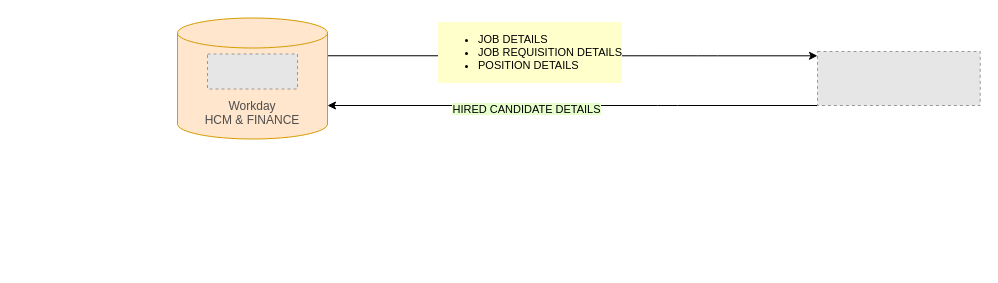
Above: ASHBY Recruiting Integration.drawio in sandyaroma/sandyaroma (draw.io), before the change. Source tidied: cells renumbered, new cells numbered last; positions are measured from the earlier drawing's top-left corner, leaving out a move shared by most shapes. Both pictures are drawn from the tidied source at 100%, with x=0, y=0 at pixel (177, 17). Pictures stored in the file or linked from it are replaced by grey dashed boxes.
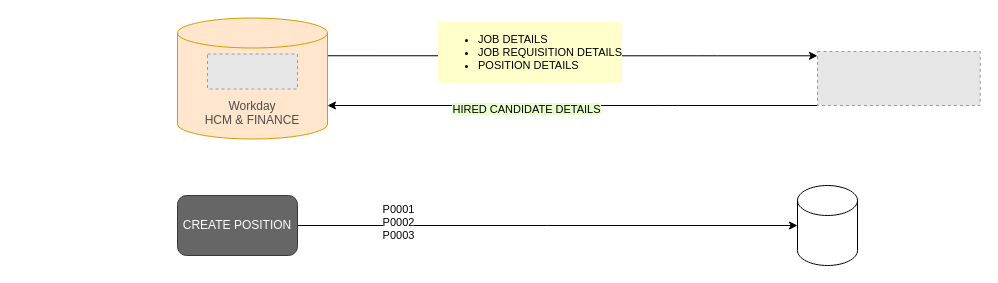
The same diagram, later.

The edit, as a diff of the source:
```diff
@@
 <mxGraphModel>
   <root>
     <mxCell id="0" />
     <mxCell id="1" parent="0" />
     <mxCell id="2" style="edgeStyle=orthogonalEdgeStyle;rounded=1;jettySize=auto;html=1;exitX=1;exitY=0;exitDx=0;exitDy=37.75;exitPerimeter=0;curved=0;" parent="1" edge="1" source="4" target="8">
       <mxGeometry relative="1" as="geometry">
         <Array as="points">
           <mxPoint x="530" y="38" />
           <mxPoint x="530" y="38" />
         </Array>
       </mxGeometry>
     </mxCell>
     <mxCell id="3" value="&lt;ul&gt;&lt;li&gt;JOB DETAILS&lt;/li&gt;&lt;li&gt;JOB REQUISITION DETAILS&lt;/li&gt;&lt;li&gt;POSITION DETAILS&lt;/li&gt;&lt;/ul&gt;" style="edgeLabel;html=1;align=left;verticalAlign=middle;labelBackgroundColor=#FFFFCC;" parent="2" vertex="1">
       <mxGeometry x="-0.53" y="1" relative="1" as="geometry">
         <mxPoint x="-6" y="-3" as="offset" />
       </mxGeometry>
     </mxCell>
     <mxCell id="4" value="&lt;div&gt;&lt;font color=&quot;#4d4d4d&quot;&gt;&lt;br&gt;&lt;/font&gt;&lt;/div&gt;&lt;div&gt;&lt;font color=&quot;#4d4d4d&quot;&gt;&lt;br&gt;&lt;/font&gt;&lt;/div&gt;&lt;font color=&quot;#4d4d4d&quot;&gt;&lt;div&gt;&lt;font color=&quot;#4d4d4d&quot;&gt;&lt;br&gt;&lt;/font&gt;&lt;/div&gt;Workday&lt;/font&gt;&lt;div&gt;&lt;font color=&quot;#4d4d4d&quot;&gt;HCM &amp;amp; FINANCE&lt;/font&gt;&lt;/div&gt;" style="shape=cylinder3;whiteSpace=wrap;html=1;boundedLbl=1;backgroundOutline=1;size=15;fillColor=#ffe6cc;strokeColor=#d79b00;" parent="1" vertex="1">
       <mxGeometry y="0.5" width="150" height="121" as="geometry" />
     </mxCell>
     <mxCell id="5" style="fillColor=#E6E6E6;strokeColor=#999999;dashed=1;verticalLabelPosition=bottom;labelBackgroundColor=default;verticalAlign=top;" parent="1" vertex="1">
       <mxGeometry x="30" y="36.5" width="90" height="35" as="geometry" />
     </mxCell>
     <mxCell id="6" style="edgeStyle=orthogonalEdgeStyle;rounded=1;jettySize=auto;html=1;exitX=0;exitY=1;exitDx=0;exitDy=0;curved=0;" parent="1" edge="1" source="8" target="4">
       <mxGeometry relative="1" as="geometry">
         <Array as="points">
           <mxPoint x="490" y="88" />
           <mxPoint x="490" y="88" />
         </Array>
       </mxGeometry>
     </mxCell>
     <mxCell id="7" value="&lt;span style=&quot;background-color: rgb(230, 255, 204);&quot;&gt;HIRED CANDIDATE DETAILS&lt;/span&gt;" style="edgeLabel;html=1;align=center;verticalAlign=middle;" parent="6" vertex="1">
       <mxGeometry x="0.19" y="3" relative="1" as="geometry" />
     </mxCell>
     <mxCell id="8" style="fillColor=#E6E6E6;strokeColor=#999999;dashed=1;verticalLabelPosition=bottom;labelBackgroundColor=default;verticalAlign=top;" parent="1" vertex="1">
       <mxGeometry x="640" y="34" width="162.7" height="54" as="geometry" />
     </mxCell>
+    <mxCell id="9" style="shape=cylinder3;whiteSpace=wrap;html=1;boundedLbl=1;backgroundOutline=1;size=15;strokeColor=none;" parent="1" vertex="1">
+      <mxGeometry x="-160" y="42" width="60" height="80" as="geometry" />
+    </mxCell>
+    <mxCell id="10" style="edgeStyle=orthogonalEdgeStyle;rounded=0;jettySize=auto;html=1;" parent="1" edge="1" source="12">
+      <mxGeometry relative="1" as="geometry">
+        <mxPoint x="620" y="208" as="targetPoint" />
+      </mxGeometry>
+    </mxCell>
+    <mxCell id="11" value="P0001&lt;div&gt;P0002&lt;/div&gt;&lt;div&gt;P0003&lt;/div&gt;" style="edgeLabel;html=1;align=center;verticalAlign=middle;" parent="10" vertex="1">
+      <mxGeometry x="-0.6" y="4" relative="1" as="geometry" />
+    </mxCell>
+    <mxCell id="12" value="CREATE POSITION" style="rounded=1;whiteSpace=wrap;html=1;fillColor=#666666;fontColor=#ffffff;strokeColor=#432D57;" parent="1" vertex="1">
+      <mxGeometry y="178" width="120" height="60" as="geometry" />
+    </mxCell>
+    <mxCell id="13" style="shape=cylinder3;whiteSpace=wrap;html=1;boundedLbl=1;backgroundOutline=1;size=15;" parent="1" vertex="1">
+      <mxGeometry x="620" y="168" width="60" height="80" as="geometry" />
+    </mxCell>
   </root>
 </mxGraphModel>
```
